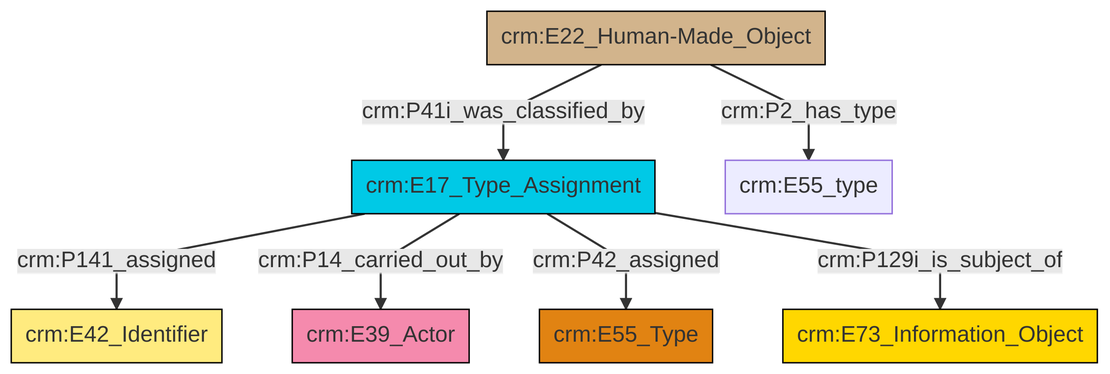
swiss-art-research-net/reference-data-models keeps this Mermaid diagram as et/builtWorkCSV/ttl/mmd/png/Built_Work_designation_status.png. Above is the earlier version. Its source is kept beside it as et/builtWorkCSV/ttl/mmd/Built_Work_designation_status.ttl.mmd.
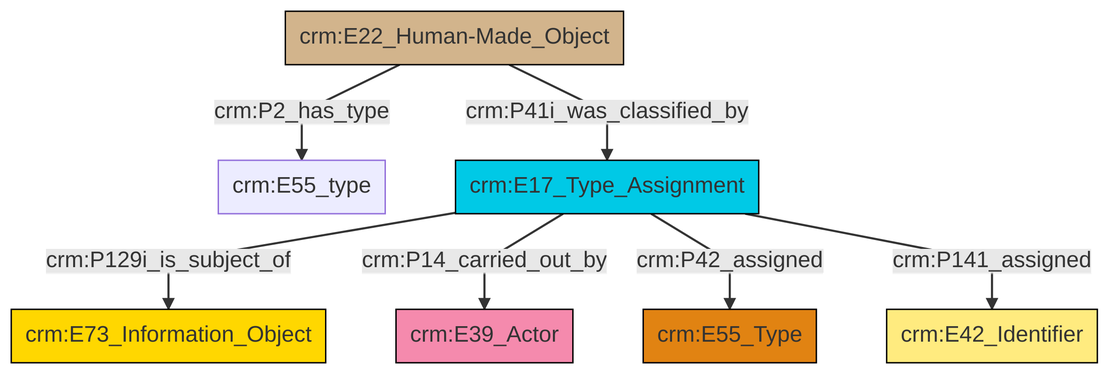
The same diagram one commit later.

Change to the diagram source:
```diff
@@ -13,9 +13,9 @@
 classDef PC_Classes fill:#4ce600, stroke:#000000;
 classDef Multi fill:#cccccc,stroke:#000000;
 
-0["crm:E17_Type_Assignment"]:::Temporal_Entity -->|crm:P141_assigned| 1["crm:E42_Identifier"]:::Appellation
-0["crm:E17_Type_Assignment"]:::Temporal_Entity -->|crm:P14_carried_out_by| 4["crm:E39_Actor"]:::Actor
-5["crm:E22_Human-Made_Object"]:::Physical_Thing -->|crm:P41i_was_classified_by| 0["crm:E17_Type_Assignment"]:::Temporal_Entity
-0["crm:E17_Type_Assignment"]:::Temporal_Entity -->|crm:P42_assigned| 7["crm:E55_Type"]:::Type
-5["crm:E22_Human-Made_Object"]:::Physical_Thing -->|crm:P2_has_type| 8["crm:E55_type"]:::Default
-0["crm:E17_Type_Assignment"]:::Temporal_Entity -->|crm:P129i_is_subject_of| 2["crm:E73_Information_Object"]:::Conceptual_Object
+2["crm:E22_Human-Made_Object"]:::Physical_Thing -->|crm:P2_has_type| 3["crm:E55_type"]:::Default
+2["crm:E22_Human-Made_Object"]:::Physical_Thing -->|crm:P41i_was_classified_by| 9["crm:E17_Type_Assignment"]:::Temporal_Entity
+9["crm:E17_Type_Assignment"]:::Temporal_Entity -->|crm:P129i_is_subject_of| 0["crm:E73_Information_Object"]:::Conceptual_Object
+9["crm:E17_Type_Assignment"]:::Temporal_Entity -->|crm:P14_carried_out_by| 4["crm:E39_Actor"]:::Actor
+9["crm:E17_Type_Assignment"]:::Temporal_Entity -->|crm:P42_assigned| 7["crm:E55_Type"]:::Type
+9["crm:E17_Type_Assignment"]:::Temporal_Entity -->|crm:P141_assigned| 10["crm:E42_Identifier"]:::Appellation
```
